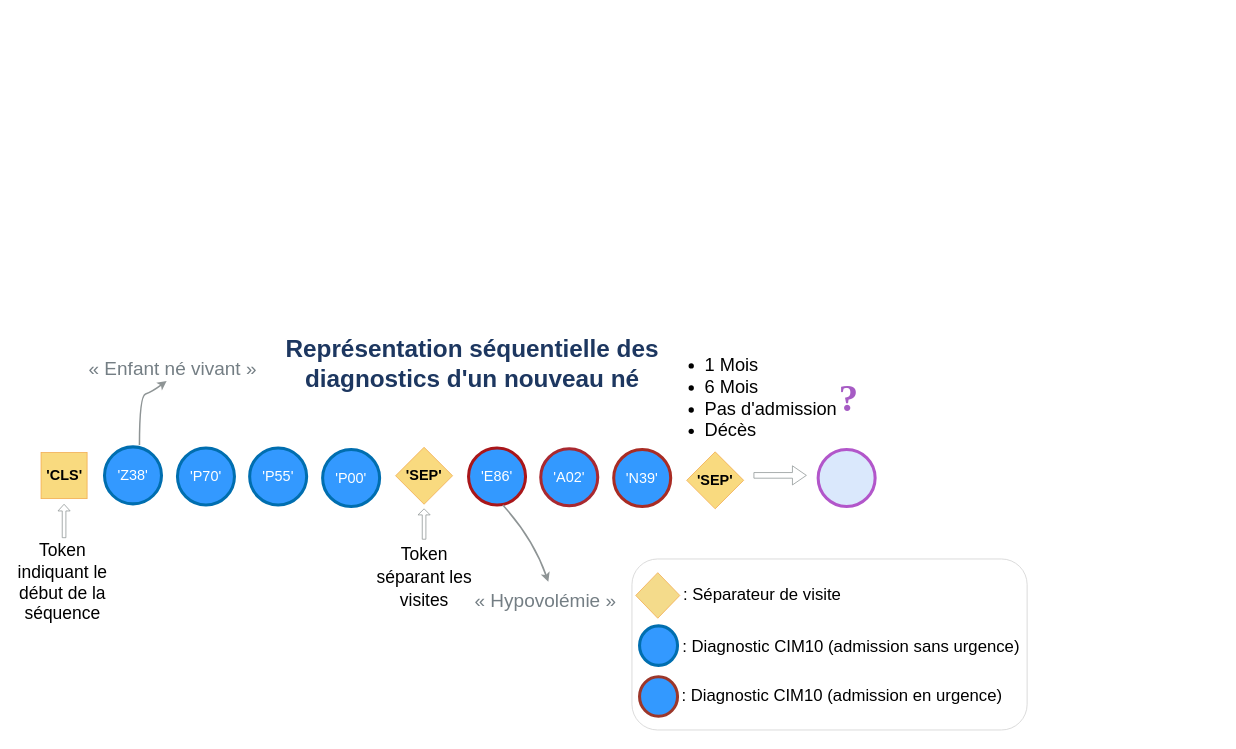
Basso42/BEHRT keeps this draw.io diagram as ex_séquence.drawio. Above is the earlier version. Source tidied: cells renumbered, new cells numbered last; positions are measured from the earlier drawing's top-left corner, leaving out a move shared by most shapes. Both pictures are drawn from the tidied source at 76%, with x=0, y=0 at pixel (13, 353).
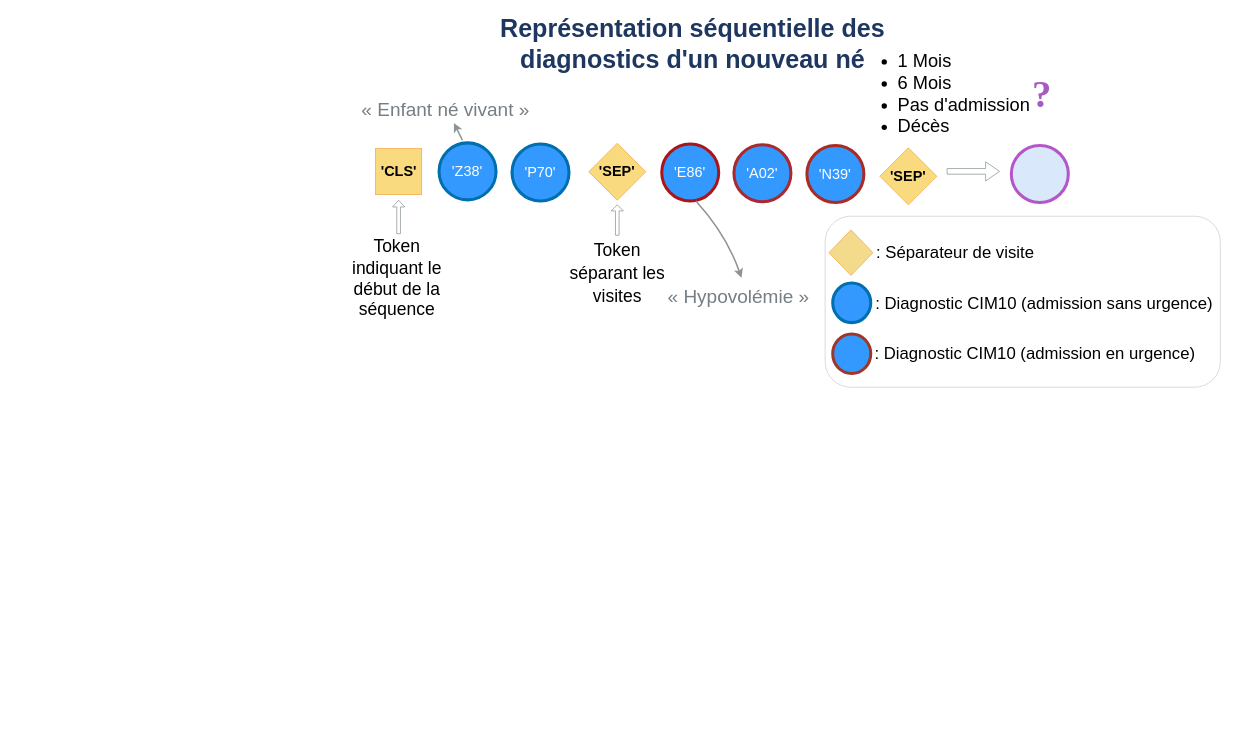
The same page after the edit.

The edit, as a diff of the source:
```diff
@@
     <mxCell id="2" value="&lt;div style=&quot;font-size: 27px;&quot;&gt;&lt;br&gt;&lt;/div&gt;" style="text;html=1;align=center;verticalAlign=middle;strokeColor=none;fillColor=none;fontSize=26;fontFamily=Arial;" parent="1" vertex="1">
-      <mxGeometry x="594" y="30" width="20" height="50" as="geometry" />
+      <mxGeometry x="848.2" y="-370" width="20" height="50" as="geometry" />
     </mxCell>
     <mxCell id="3" value="&lt;font style=&quot;font-size: 25px;&quot;&gt;&amp;nbsp;« Enfant né vivant »&lt;font&gt;&lt;font&gt;&lt;br&gt;&lt;/font&gt;&lt;/font&gt;&lt;/font&gt;" style="text;html=1;align=center;verticalAlign=middle;strokeColor=none;fillColor=none;fontColor=light-dark(#747e84, #ededed);fontSize=22;fontFamily=Arial;" parent="1" vertex="1">
-      <mxGeometry x="81" width="250" height="40" as="geometry" />
+      <mxGeometry x="440" y="-341" width="250" height="40" as="geometry" />
     </mxCell>
     <mxCell id="4" value="&lt;font style=&quot;font-size: 23px;&quot;&gt;&lt;font&gt;Token indiquant le début de la séquence&lt;/font&gt;&lt;/font&gt;" style="text;html=1;strokeColor=none;fillColor=none;align=center;verticalAlign=middle;whiteSpace=wrap;rounded=0;fontSize=21;fontFamily=Arial;" parent="1" vertex="1">
-      <mxGeometry x="-0.2" y="286" width="130" height="30" as="geometry" />
+      <mxGeometry x="440" y="-114" width="130" height="30" as="geometry" />
     </mxCell>
     <mxCell id="5" style="shape=singleArrow;whiteSpace=wrap;html=1;rotation=-90;strokeColor=light-dark(#8e9495, #ededed);fontFamily=Arial;" parent="1" vertex="1">
-      <mxGeometry x="44.8" y="212" width="44" height="16" as="geometry" />
+      <mxGeometry x="485" y="-188" width="44" height="16" as="geometry" />
     </mxCell>
-    <mxCell id="6" value="&lt;font color=&quot;#ffffff&quot;&gt;'P55'&lt;/font&gt;" style="ellipse;whiteSpace=wrap;html=1;fillColor=#3399FF;flipH=1;strokeColor=#006EAF;strokeWidth=4;fontSize=19;fontFamily=Arial;" parent="1" vertex="1">
-      <mxGeometry x="311" y="124" width="75" height="75" as="geometry" />
-    </mxCell>
     <mxCell id="7" value="&lt;font&gt;'&lt;/font&gt;&lt;font&gt;Z38&lt;/font&gt;&lt;font&gt;'&lt;/font&gt;" style="ellipse;whiteSpace=wrap;html=1;fillColor=#3399FF;flipH=1;strokeColor=#006EAF;fontColor=#ffffff;strokeWidth=4;fontSize=19;fontFamily=Arial;" parent="1" vertex="1">
-      <mxGeometry x="120" y="122.5" width="75" height="75" as="geometry" />
+      <mxGeometry x="560.2" y="-277.5" width="75" height="75" as="geometry" />
     </mxCell>
     <mxCell id="8" value="&lt;font color=&quot;#ffffff&quot;&gt;'P70'&lt;/font&gt;" style="ellipse;whiteSpace=wrap;html=1;fillColor=#3399FF;flipH=1;strokeColor=#006EAF;strokeWidth=4;fontSize=19;fontFamily=Arial;" parent="1" vertex="1">
-      <mxGeometry x="216" y="124" width="75" height="75" as="geometry" />
+      <mxGeometry x="656.2" y="-276" width="75" height="75" as="geometry" />
     </mxCell>
-    <mxCell id="9" value="&lt;font color=&quot;#ffffff&quot;&gt;'P00'&lt;/font&gt;" style="ellipse;whiteSpace=wrap;html=1;fillColor=#3399FF;flipH=1;strokeColor=#006EAF;strokeWidth=4;fontSize=19;fontFamily=Arial;" parent="1" vertex="1">
-      <mxGeometry x="407" y="126" width="75" height="75" as="geometry" />
-    </mxCell>
     <mxCell id="10" value="&lt;b&gt;&lt;font&gt;'SEP'&lt;/font&gt;&lt;/b&gt;" style="rhombus;whiteSpace=wrap;html=1;flipH=1;direction=north;fillColor=light-dark(#f9da7f, #281d00);strokeColor=light-dark(#f2aa4c, #6d5100);fontSize=19;fontFamily=Arial;" parent="1" vertex="1">
-      <mxGeometry x="503" y="123" width="75" height="75" as="geometry" />
+      <mxGeometry x="757.2" y="-277" width="75" height="75" as="geometry" />
     </mxCell>
     <mxCell id="11" value="&lt;font color=&quot;#ffffff&quot;&gt;'E86'&lt;/font&gt;" style="ellipse;whiteSpace=wrap;html=1;fillColor=#3399FF;flipH=1;strokeColor=light-dark(#a9161a, #51afe7);strokeWidth=4;fontSize=19;fontFamily=Arial;" parent="1" vertex="1">
-      <mxGeometry x="599" y="124" width="75" height="75" as="geometry" />
+      <mxGeometry x="853.2" y="-276" width="75" height="75" as="geometry" />
     </mxCell>
     <mxCell id="12" value="&lt;font color=&quot;#ffffff&quot;&gt;'A02'&lt;/font&gt;" style="ellipse;whiteSpace=wrap;html=1;fillColor=#3399FF;flipH=1;strokeColor=light-dark(#a92930, #51afe7);strokeWidth=4;fontSize=19;fontFamily=Arial;" parent="1" vertex="1">
-      <mxGeometry x="694" y="125" width="75" height="75" as="geometry" />
+      <mxGeometry x="948.2" y="-275" width="75" height="75" as="geometry" />
     </mxCell>
     <mxCell id="13" value="&lt;font color=&quot;#ffffff&quot;&gt;'N39'&lt;/font&gt;" style="ellipse;whiteSpace=wrap;html=1;fillColor=#3399FF;flipH=1;strokeColor=light-dark(#a92c24, #51afe7);strokeWidth=4;fontSize=19;fontFamily=Arial;" parent="1" vertex="1">
-      <mxGeometry x="790" y="126" width="75" height="75" as="geometry" />
+      <mxGeometry x="1044.2" y="-274" width="75" height="75" as="geometry" />
     </mxCell>
     <mxCell id="14" value="&lt;b&gt;&lt;font&gt;'SEP'&lt;/font&gt;&lt;/b&gt;" style="rhombus;whiteSpace=wrap;html=1;flipH=1;fillColor=light-dark(#f9da7f, #281d00);strokeColor=light-dark(#f2aa4c, #6d5100);fontSize=19;fontFamily=Arial;" parent="1" vertex="1">
-      <mxGeometry x="886" y="129" width="75" height="75" as="geometry" />
+      <mxGeometry x="1140.2" y="-271" width="75" height="75" as="geometry" />
     </mxCell>
     <mxCell id="15" style="ellipse;whiteSpace=wrap;html=1;fillColor=#dae8fc;flipH=1;strokeColor=light-dark(#b256ca, #5c79a3);strokeWidth=4;fontFamily=Arial;" parent="1" vertex="1">
-      <mxGeometry x="1059" y="126" width="75" height="75" as="geometry" />
+      <mxGeometry x="1313.2" y="-274" width="75" height="75" as="geometry" />
     </mxCell>
     <mxCell id="16" value="&lt;b&gt;&lt;font&gt;'CLS'&lt;/font&gt;&lt;/b&gt;" style="whiteSpace=wrap;html=1;direction=east;flipH=1;flipV=1;strokeColor=light-dark(#f2aa4c, #6d5100);fillColor=light-dark(#f9da7f, #281d00);fontSize=19;fontFamily=Arial;" parent="1" vertex="1">
-      <mxGeometry x="36.5" y="130" width="60.6" height="60.6" as="geometry" />
+      <mxGeometry x="476.7" y="-270" width="60.6" height="60.6" as="geometry" />
     </mxCell>
     <mxCell id="17" value="&lt;font style=&quot;font-size: 23px;&quot;&gt;&lt;font&gt;Token séparant les visites&lt;/font&gt;&lt;u&gt;&lt;font&gt;&lt;font&gt;&lt;br&gt;&lt;/font&gt;&lt;/font&gt;&lt;/u&gt;&lt;/font&gt;" style="text;html=1;strokeColor=none;fillColor=none;align=center;verticalAlign=middle;whiteSpace=wrap;rounded=0;fontSize=25;fontFamily=Arial;" parent="1" vertex="1">
-      <mxGeometry x="462" y="254" width="158" height="78" as="geometry" />
+      <mxGeometry x="716.2" y="-146" width="158" height="78" as="geometry" />
     </mxCell>
     <mxCell id="18" style="shape=singleArrow;whiteSpace=wrap;html=1;direction=north;strokeColor=light-dark(#8e9495, #ededed);fontFamily=Arial;" parent="1" vertex="1">
-      <mxGeometry x="532.5" y="204" width="16" height="40" as="geometry" />
+      <mxGeometry x="786.7" y="-196" width="16" height="40" as="geometry" />
     </mxCell>
     <mxCell id="19" value="&lt;h1&gt;&lt;font style=&quot;font-size: 25px;&quot;&gt;&amp;nbsp;&lt;font&gt;&lt;font&gt;&lt;span style=&quot;font-weight: normal;&quot;&gt;« Hypovolémie »&lt;/span&gt;&lt;/font&gt;&lt;/font&gt;&lt;font&gt;&lt;font&gt;&lt;font&gt;&lt;br&gt;&lt;/font&gt;&lt;/font&gt;&lt;/font&gt;&lt;/font&gt;&lt;/h1&gt;" style="text;html=1;strokeColor=none;fillColor=none;align=center;verticalAlign=middle;whiteSpace=wrap;rounded=0;fontSize=12;fontColor=light-dark(#747e84, #ededed);fontFamily=Arial;" parent="1" vertex="1">
-      <mxGeometry x="594" y="310" width="206" height="30" as="geometry" />
+      <mxGeometry x="848.2" y="-90" width="206" height="30" as="geometry" />
     </mxCell>
     <mxCell id="20" style="curved=1;endArrow=classic;html=1;rounded=0;strokeWidth=2;strokeColor=light-dark(#8e9495, #ededed);fontFamily=Arial;" parent="1" edge="1">
       <mxGeometry relative="1" as="geometry">
-        <mxPoint x="644" y="199" as="sourcePoint" />
-        <mxPoint x="704" y="300" as="targetPoint" />
+        <mxPoint x="898.2" y="-201" as="sourcePoint" />
+        <mxPoint x="958.2" y="-100" as="targetPoint" />
         <Array as="points">
-          <mxPoint x="684" y="243" />
+          <mxPoint x="938.2" y="-157" />
         </Array>
       </mxGeometry>
     </mxCell>
-    <mxCell id="21" value="&lt;div style=&quot;font-size: 27px;&quot;&gt;&lt;font style=&quot;color: light-dark(rgb(29, 55, 96), rgb(237, 237, 237)); font-size: 32px;&quot;&gt;&lt;b&gt;Représentation séquentielle des diagnostics d'un nouveau né&lt;/b&gt;&lt;/font&gt;&lt;/div&gt;" style="text;html=1;align=center;verticalAlign=middle;whiteSpace=wrap;rounded=0;fontFamily=Arial;" parent="1" vertex="1">
-      <mxGeometry x="324" y="12" width="560" as="geometry" />
+    <mxCell id="21" value="&lt;div style=&quot;font-size: 27px;&quot;&gt;&lt;font style=&quot;color: light-dark(rgb(29, 55, 96), rgb(237, 237, 237)); font-size: 33px;&quot;&gt;&lt;b&gt;Représentation séquentielle des diagnostics d'un nouveau né&lt;/b&gt;&lt;/font&gt;&lt;/div&gt;" style="text;html=1;align=center;verticalAlign=middle;whiteSpace=wrap;rounded=0;fontFamily=Arial;" parent="1" vertex="1">
+      <mxGeometry x="614" y="-409" width="560" as="geometry" />
     </mxCell>
     <mxCell id="22" style="rounded=1;whiteSpace=wrap;html=1;strokeColor=light-dark(#d0d0d0, #ededed);fontFamily=Arial;" parent="1" vertex="1">
-      <mxGeometry x="814" y="270" width="520" height="225" as="geometry" />
+      <mxGeometry x="1068.2" y="-181" width="520" height="225" as="geometry" />
     </mxCell>
     <mxCell id="23" style="rhombus;whiteSpace=wrap;html=1;flipH=1;fillColor=light-dark(#f4db8b, #281d00);strokeColor=light-dark(#f2aa4c, #6d5100);fontFamily=Arial;" parent="1" vertex="1">
-      <mxGeometry x="819" y="288" width="58" height="60" as="geometry" />
+      <mxGeometry x="1073.2" y="-163" width="58" height="60" as="geometry" />
     </mxCell>
     <mxCell id="24" value="&lt;div&gt;&lt;br&gt;&lt;/div&gt;&lt;div&gt;&lt;br&gt;&lt;/div&gt;" style="ellipse;whiteSpace=wrap;html=1;fillColor=#3399FF;flipH=1;strokeColor=#006EAF;strokeWidth=4;fontFamily=Arial;" parent="1" vertex="1">
-      <mxGeometry x="824" y="358" width="50" height="52" as="geometry" />
+      <mxGeometry x="1078.2" y="-93" width="50" height="52" as="geometry" />
     </mxCell>
     <mxCell id="25" value="&lt;font&gt;: Diagnostic CIM10 (admission sans urgence)&lt;/font&gt;" style="text;html=1;align=center;verticalAlign=middle;strokeColor=none;fillColor=none;fontFamily=Arial;fontSize=22;" parent="1" vertex="1">
-      <mxGeometry x="867" y="366" width="470" height="40" as="geometry" />
+      <mxGeometry x="1121.2" y="-85" width="470" height="40" as="geometry" />
     </mxCell>
     <mxCell id="26" value="&lt;font&gt;: Séparateur de visite&lt;/font&gt;" style="text;html=1;align=center;verticalAlign=middle;strokeColor=none;fillColor=none;fontFamily=Arial;fontSize=22;" parent="1" vertex="1">
-      <mxGeometry x="870" y="298" width="230" height="40" as="geometry" />
+      <mxGeometry x="1124.2" y="-153" width="230" height="40" as="geometry" />
     </mxCell>
-    <mxCell id="27" style="curved=1;endArrow=classic;html=1;rounded=0;entryX=0.48;entryY=1.096;entryDx=0;entryDy=0;entryPerimeter=0;strokeWidth=2;strokeColor=light-dark(#8e9495, #ededed);fontFamily=Arial;" parent="1" edge="1">
-      <mxGeometry relative="1" as="geometry">
-        <mxPoint x="166" y="120" as="sourcePoint" />
-        <mxPoint x="201.8" y="35.8" as="targetPoint" />
-        <Array as="points">
-          <mxPoint x="166" y="55.5" />
-          <mxPoint x="182" y="50.5" />
-        </Array>
-      </mxGeometry>
-    </mxCell>
     <mxCell id="28" style="shape=flexArrow;endArrow=classic;html=1;rounded=0;width=7.415730337078651;endSize=5.771428571428571;endWidth=16.775134977382166;strokeWidth=1;strokeColor=light-dark(#8e9495, #ededed);fontFamily=Arial;" parent="1" edge="1">
       <mxGeometry relative="1" as="geometry">
-        <mxPoint x="974" y="160" as="sourcePoint" />
-        <mxPoint x="1044" y="160" as="targetPoint" />
+        <mxPoint x="1228.2" y="-240" as="sourcePoint" />
+        <mxPoint x="1298.2" y="-240" as="targetPoint" />
       </mxGeometry>
     </mxCell>
     <mxCell id="29" value="&lt;div align=&quot;left&quot;&gt;&lt;ul&gt;&lt;li&gt;&lt;font&gt;&lt;font&gt;1 Mois&lt;/font&gt;&lt;/font&gt;&lt;/li&gt;&lt;li&gt;&lt;font&gt;&lt;font&gt;6 Mois&lt;/font&gt;&lt;/font&gt;&lt;/li&gt;&lt;li&gt;&lt;font&gt;&lt;font&gt;Pas d'admission&lt;/font&gt;&lt;/font&gt;&lt;/li&gt;&lt;li&gt;&lt;font&gt;&lt;font&gt;Décès&lt;/font&gt;&lt;/font&gt;&lt;/li&gt;&lt;/ul&gt;&lt;/div&gt;" style="text;html=1;align=left;verticalAlign=middle;whiteSpace=wrap;rounded=0;fontSize=24;fontFamily=Arial;" parent="1" vertex="1">
-      <mxGeometry x="868" y="13" width="225" height="90" as="geometry" />
+      <mxGeometry x="1122.2" y="-387" width="225" height="90" as="geometry" />
     </mxCell>
     <mxCell id="30" value="&lt;font face=&quot;Times New Roman&quot;&gt;&lt;b&gt;&lt;font&gt;?&lt;/font&gt;&lt;/b&gt;&lt;/font&gt;" style="text;html=1;align=center;verticalAlign=middle;strokeColor=none;fillColor=none;fontSize=51;fontColor=light-dark(#a65bc4, #ededed);fontFamily=Arial;" parent="1" vertex="1">
-      <mxGeometry x="1074" y="19" width="50" height="80" as="geometry" />
+      <mxGeometry x="1328.2" y="-381" width="50" height="80" as="geometry" />
     </mxCell>
@@
     <mxCell id="32" value="&lt;div&gt;&lt;br&gt;&lt;/div&gt;&lt;div&gt;&lt;br&gt;&lt;/div&gt;" style="ellipse;whiteSpace=wrap;html=1;fillColor=#3399FF;flipH=1;strokeColor=light-dark(#9c372b, #51afe7);strokeWidth=4;fontFamily=Arial;" parent="1" vertex="1">
-      <mxGeometry x="824" y="425" width="50" height="52" as="geometry" />
+      <mxGeometry x="1078.2" y="-26" width="50" height="52" as="geometry" />
     </mxCell>
     <mxCell id="33" value="&lt;font&gt;: Diagnostic CIM10 (admission en urgence)&lt;/font&gt;" style="text;html=1;align=center;verticalAlign=middle;strokeColor=none;fillColor=none;fontFamily=Arial;fontSize=22;" parent="1" vertex="1">
-      <mxGeometry x="865" y="431" width="450" height="40" as="geometry" />
+      <mxGeometry x="1119.2" y="-20" width="450" height="40" as="geometry" />
     </mxCell>
+    <mxCell id="34" style="curved=1;endArrow=classic;html=1;rounded=0;strokeWidth=2;strokeColor=light-dark(#8e9495, #ededed);fontFamily=Arial;entryX=0.559;entryY=0.933;entryDx=0;entryDy=0;entryPerimeter=0;" parent="1" edge="1">
+      <mxGeometry relative="1" as="geometry">
+        <mxPoint x="591" y="-281" as="sourcePoint" />
+        <mxPoint x="579.8" y="-303.7" as="targetPoint" />
+      </mxGeometry>
+    </mxCell>
```
